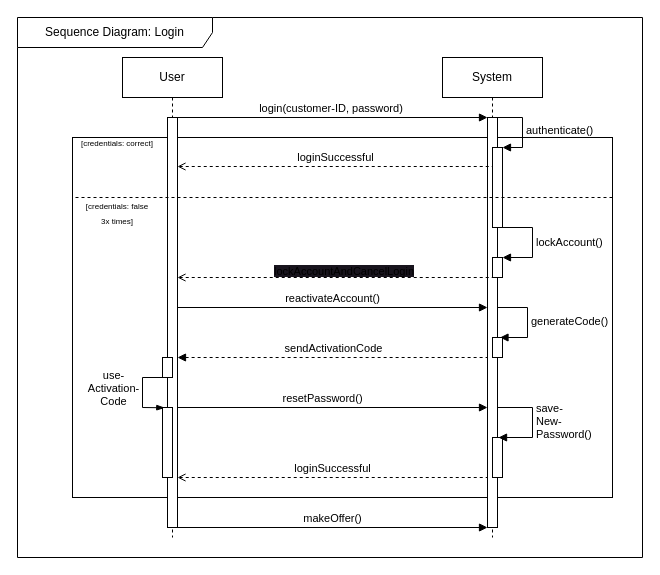
Above: diagrams/B1/B1_Login.drawio in Lenni528/UMLions (draw.io), before the change. Source tidied: cells renumbered, new cells numbered last; positions are measured from the earlier drawing's top-left corner, leaving out a move shared by most shapes. Both pictures are drawn from the tidied source at 100%, with x=0, y=0 at pixel (17, 17).
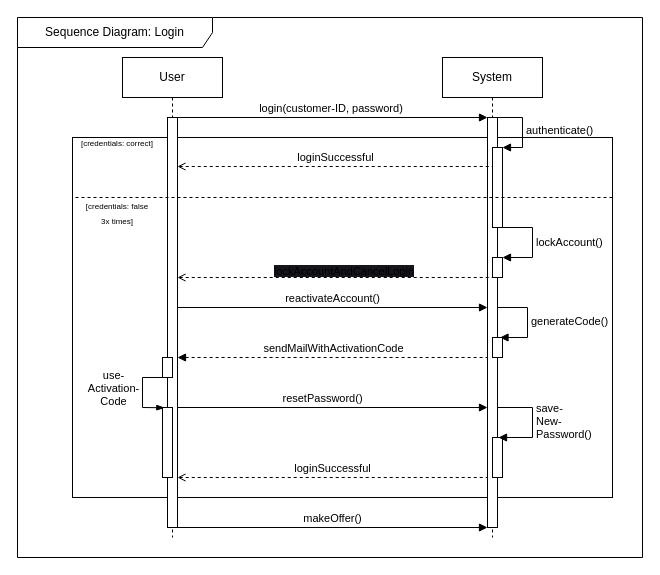
Above is the later version.

Unchanged cells that the change refers to:
```xml
<mxCell id="23" style="endArrow=none;html=1;rounded=0;startArrow=block;startFill=1;dashed=1;" parent="1" edge="1">
  <mxGeometry relative="1" as="geometry">
    <mxPoint x="160" y="340" as="sourcePoint" />
    <mxPoint x="470" y="340" as="targetPoint" />
  </mxGeometry>
</mxCell>
```

The edit, as a diff of the source:
```diff
@@
-    <mxCell id="24" value="sendActivationCode" style="edgeLabel;html=1;align=center;verticalAlign=middle;" parent="23" vertex="1">
+    <mxCell id="24" value="sendMailWithActivationCode" style="edgeLabel;html=1;align=center;verticalAlign=middle;" parent="23" vertex="1">
       <mxGeometry x="-0.11" y="2" relative="1" as="geometry">
         <mxPoint x="17" y="-8" as="offset" />
       </mxGeometry>
     </mxCell>
```
